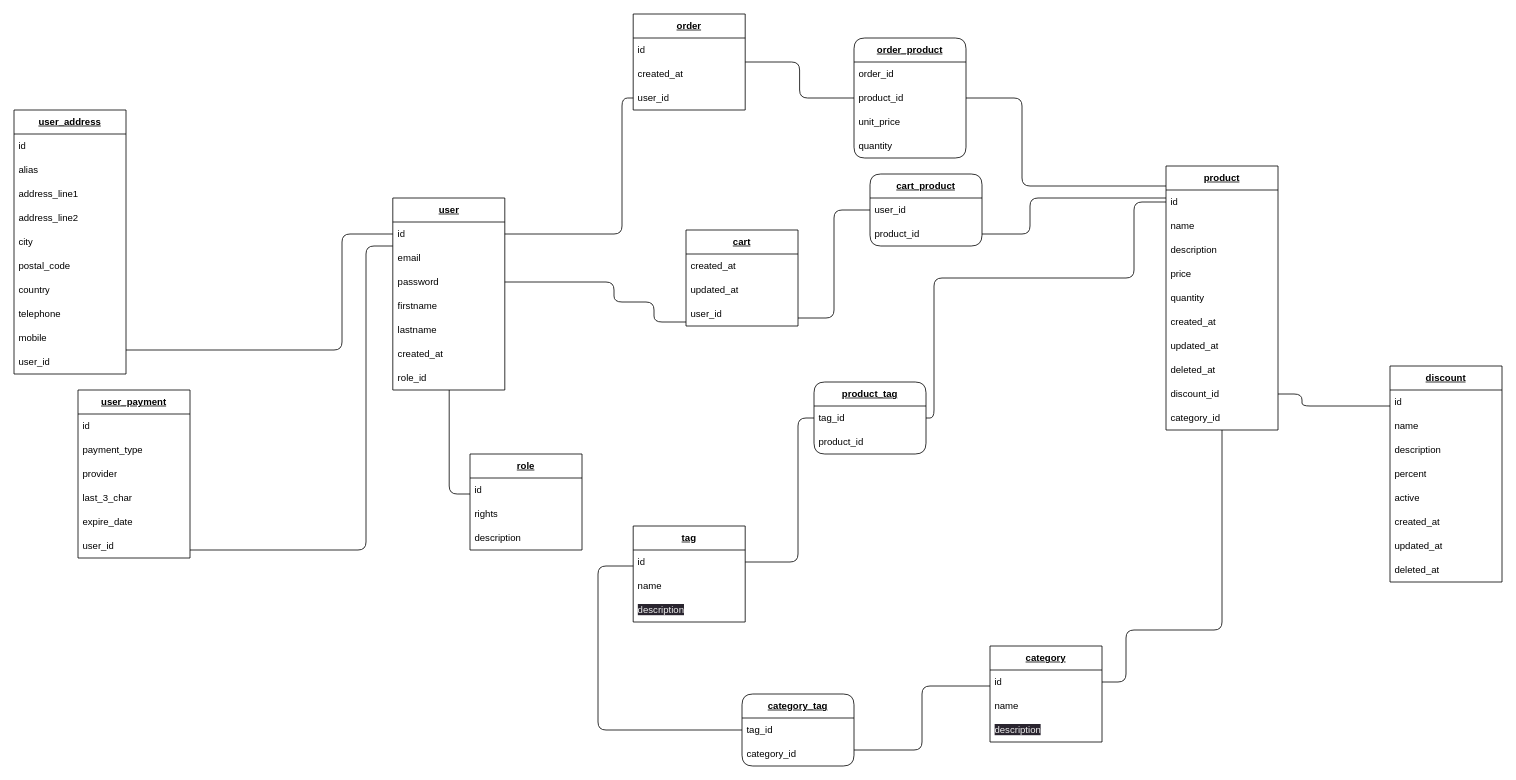
Earlier version of the draw.io diagram mld.drawio (felix-hauger/boutique-en-ligne). Source tidied: cells renumbered, new cells numbered last; positions are measured from the earlier drawing's top-left corner, leaving out a move shared by most shapes. Both pictures are drawn from the tidied source at 80%, with x=0, y=0 at pixel (14, 14).
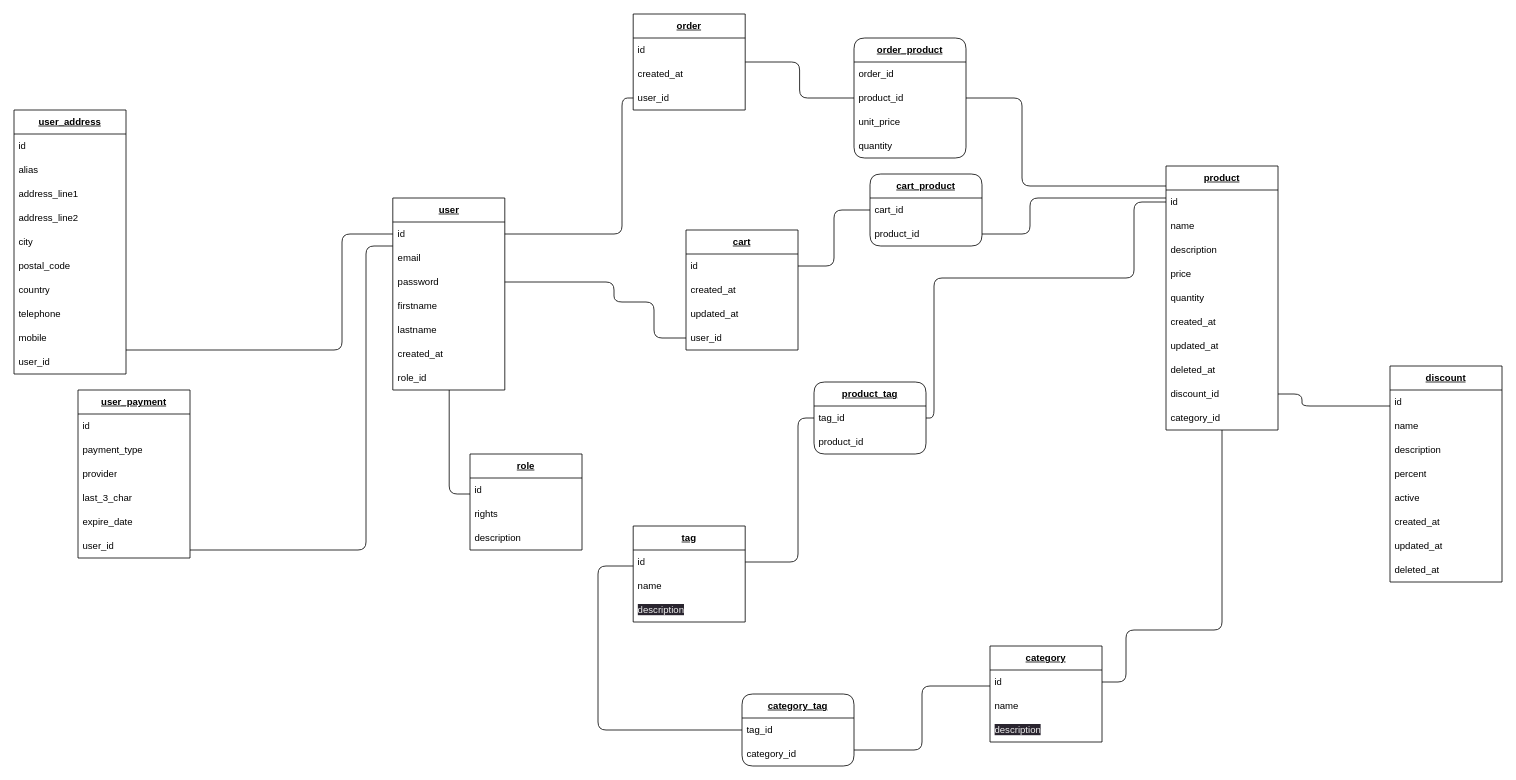
Above is the later version.

Commit message (it also covers changes not shown here):
MPD - added cardinalities + added id for cart in MCD, MLD, MPD

The change refers to these unchanged cells:
```xml
<mxCell id="4" value="&lt;b&gt;&lt;u&gt;user&lt;/u&gt;&lt;/b&gt;" style="swimlane;fontStyle=0;horizontal=1;startSize=30;whiteSpace=wrap;html=1;" parent="1" vertex="1">
  <mxGeometry x="473.5" y="230" width="140" height="240" as="geometry" />
</mxCell>
<mxCell id="90" value="&lt;b&gt;&lt;u&gt;cart_product&lt;/u&gt;&lt;/b&gt;" style="swimlane;fontStyle=0;horizontal=1;startSize=30;whiteSpace=wrap;html=1;rounded=1;" parent="1" vertex="1">
  <mxGeometry x="1070" y="200" width="140" height="90" as="geometry" />
</mxCell>
```

What changed in the source:
```diff
@@
     <mxCell id="2" style="edgeStyle=orthogonalEdgeStyle;rounded=1;html=1;strokeColor=default;fontSize=12;endArrow=none;endFill=0;" parent="1" edge="1" source="4" target="20">
       <mxGeometry relative="1" as="geometry">
         <Array as="points">
           <mxPoint x="750" y="335" />
           <mxPoint x="750" y="360" />
           <mxPoint x="800" y="360" />
-          <mxPoint x="800" y="385" />
+          <mxPoint x="800" y="405" />
         </Array>
       </mxGeometry>
     </mxCell>
@@
     <mxCell id="17" value="&lt;b&gt;&lt;u&gt;cart&lt;/u&gt;&lt;/b&gt;" style="swimlane;fontStyle=0;horizontal=1;startSize=30;whiteSpace=wrap;html=1;" parent="1" vertex="1">
-      <mxGeometry x="840" y="270" width="140" height="120" as="geometry" />
+      <mxGeometry x="840" y="270" width="140" height="150" as="geometry" />
     </mxCell>
+    <mxCell id="101" value="id" style="text;strokeColor=none;fillColor=none;align=left;verticalAlign=middle;spacingLeft=4;spacingRight=4;overflow=hidden;points=[[0,0.5],[1,0.5]];portConstraint=eastwest;whiteSpace=wrap;html=1;" parent="17" vertex="1">
+      <mxGeometry y="30" width="140" height="30" as="geometry" />
+    </mxCell>
     <mxCell id="18" value="created_at" style="text;strokeColor=none;fillColor=none;align=left;verticalAlign=middle;spacingLeft=4;spacingRight=4;overflow=hidden;whiteSpace=wrap;html=1;" parent="17" vertex="1">
-      <mxGeometry y="30" width="140" height="30" as="geometry" />
+      <mxGeometry y="60" width="140" height="30" as="geometry" />
     </mxCell>
     <mxCell id="19" value="updated_at" style="text;strokeColor=none;fillColor=none;align=left;verticalAlign=middle;spacingLeft=4;spacingRight=4;overflow=hidden;whiteSpace=wrap;html=1;" parent="17" vertex="1">
-      <mxGeometry y="60" width="140" height="30" as="geometry" />
+      <mxGeometry y="90" width="140" height="30" as="geometry" />
     </mxCell>
     <mxCell id="20" value="user_id" style="text;strokeColor=none;fillColor=none;align=left;verticalAlign=middle;spacingLeft=4;spacingRight=4;overflow=hidden;points=[[0,0.5],[1,0.5]];portConstraint=eastwest;whiteSpace=wrap;html=1;" parent="17" vertex="1">
-      <mxGeometry y="90" width="140" height="30" as="geometry" />
+      <mxGeometry y="120" width="140" height="30" as="geometry" />
     </mxCell>
@@
-    <mxCell id="89" style="edgeStyle=orthogonalEdgeStyle;rounded=1;html=1;strokeColor=default;fontSize=12;endArrow=none;" parent="1" edge="1" source="20" target="90">
+    <mxCell id="89" style="edgeStyle=orthogonalEdgeStyle;rounded=1;html=1;strokeColor=default;fontSize=12;endArrow=none;" parent="1" edge="1" source="101" target="90">
       <mxGeometry relative="1" as="geometry">
         <Array as="points">
-          <mxPoint x="1025" y="380" />
+          <mxPoint x="1025" y="315" />
           <mxPoint x="1025" y="245" />
         </Array>
       </mxGeometry>
     </mxCell>
@@
-    <mxCell id="91" value="user_id" style="text;strokeColor=none;fillColor=none;align=left;verticalAlign=middle;spacingLeft=4;spacingRight=4;overflow=hidden;whiteSpace=wrap;html=1;" parent="90" vertex="1">
+    <mxCell id="91" value="cart_id" style="text;strokeColor=none;fillColor=none;align=left;verticalAlign=middle;spacingLeft=4;spacingRight=4;overflow=hidden;whiteSpace=wrap;html=1;" parent="90" vertex="1">
       <mxGeometry y="30" width="140" height="30" as="geometry" />
     </mxCell>
```
